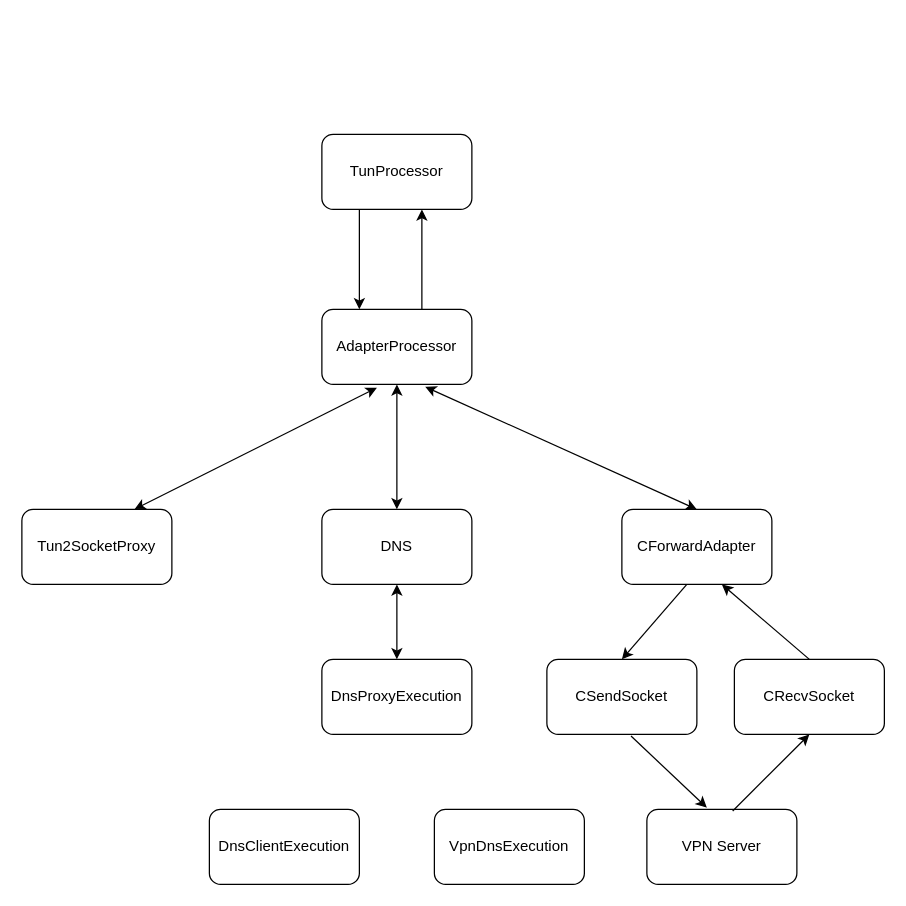
Above: Untitled Diagram.drawio in LouisMari1991/YouLin (draw.io), before the change. Source tidied: cells renumbered, new cells numbered last; positions are measured from the earlier drawing's top-left corner, leaving out a move shared by most shapes. Both pictures are drawn from the tidied source at 125%, with x=0, y=0 at pixel (21, 134).
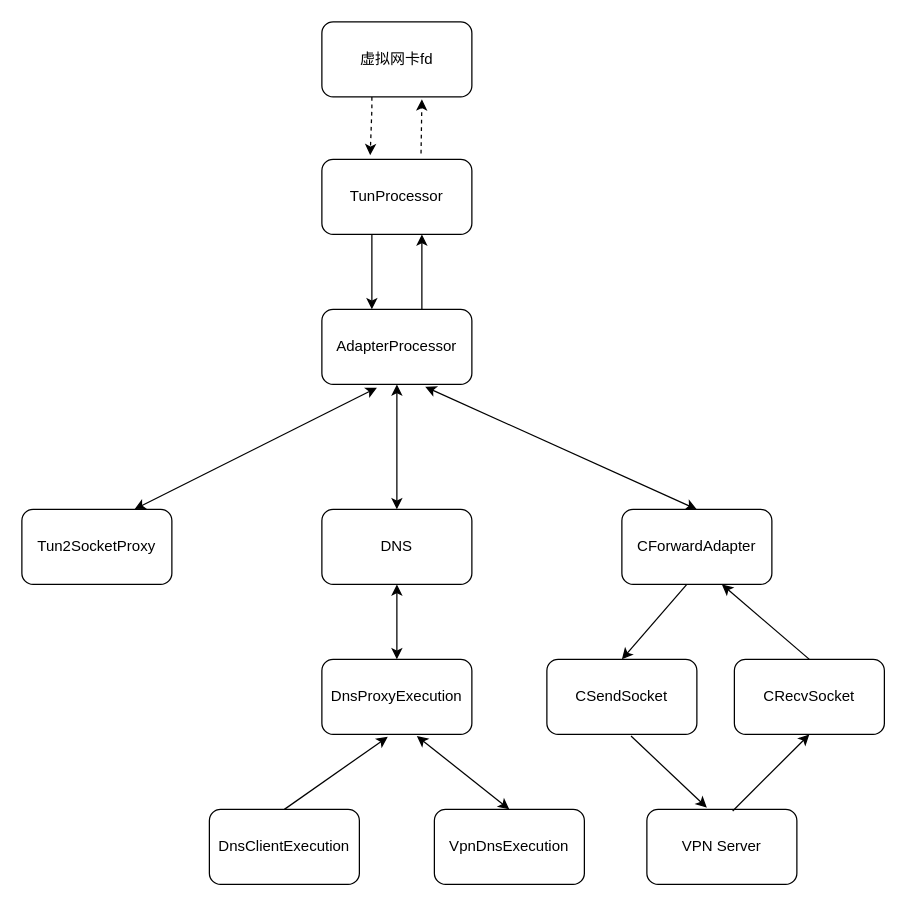
The same diagram, later.

Unchanged cells that the change refers to:
```xml
<mxCell id="5" value="AdapterProcessor" style="whiteSpace=wrap;html=1;rounded=1;" parent="1" vertex="1">
  <mxGeometry x="240" y="140" width="120" height="60" as="geometry" />
</mxCell>
<mxCell id="19" value="DnsProxyExecution" style="whiteSpace=wrap;html=1;rounded=1;" parent="1" vertex="1">
  <mxGeometry x="240" y="420" width="120" height="60" as="geometry" />
</mxCell>
<mxCell id="21" value="DnsClientExecution" style="rounded=1;whiteSpace=wrap;html=1;" parent="1" vertex="1">
  <mxGeometry x="150" y="540" width="120" height="60" as="geometry" />
</mxCell>
<mxCell id="22" value="VpnDnsExecution" style="rounded=1;whiteSpace=wrap;html=1;" parent="1" vertex="1">
  <mxGeometry x="330" y="540" width="120" height="60" as="geometry" />
</mxCell>
```

What changed in the source:
```diff
@@
     <mxCell id="2" style="edgeStyle=orthogonalEdgeStyle;rounded=0;jettySize=auto;html=1;" parent="1" edge="1" source="3" target="5">
       <mxGeometry relative="1" as="geometry">
         <Array as="points">
-          <mxPoint x="270" y="70" />
-          <mxPoint x="270" y="70" />
+          <mxPoint x="280" y="100" />
+          <mxPoint x="280" y="100" />
         </Array>
       </mxGeometry>
     </mxCell>
+    <mxCell id="23" style="edgeStyle=none;rounded=0;jettySize=auto;html=1;dashed=1;entryX=0.667;entryY=1.033;entryDx=0;entryDy=0;entryPerimeter=0;exitX=0.661;exitY=-0.078;exitDx=0;exitDy=0;exitPerimeter=0;" parent="1" edge="1" source="3" target="28">
+      <mxGeometry relative="1" as="geometry" />
+    </mxCell>
     <mxCell id="3" value="TunProcessor" style="rounded=1;whiteSpace=wrap;html=1;" parent="1" vertex="1">
-      <mxGeometry x="240" width="120" height="60" as="geometry" />
+      <mxGeometry x="240" y="20" width="120" height="60" as="geometry" />
     </mxCell>
-    <mxCell id="4" style="edgeStyle=orthogonalEdgeStyle;rounded=0;jettySize=auto;html=1;" parent="1" edge="1" source="5" target="3">
-      <mxGeometry relative="1" as="geometry">
-        <Array as="points">
-          <mxPoint x="320" y="80" />
-          <mxPoint x="320" y="80" />
-        </Array>
-      </mxGeometry>
-    </mxCell>
+    <mxCell id="24" style="edgeStyle=none;rounded=0;orthogonalLoop=1;jettySize=auto;html=1;" parent="1" edge="1">
+      <mxGeometry relative="1" as="geometry">
+        <mxPoint x="320" y="140" as="sourcePoint" />
+        <mxPoint x="320" y="80" as="targetPoint" />
+      </mxGeometry>
+    </mxCell>
@@
+    <mxCell id="25" style="endArrow=classic;html=1;rounded=0;exitX=0.5;exitY=0;exitDx=0;exitDy=0;entryX=0.439;entryY=1.033;entryDx=0;entryDy=0;entryPerimeter=0;" parent="1" edge="1" source="21" target="19">
+      <mxGeometry relative="1" as="geometry" />
+    </mxCell>
+    <mxCell id="26" style="endArrow=classic;startArrow=classic;html=1;rounded=0;exitX=0.5;exitY=0;exitDx=0;exitDy=0;entryX=0.633;entryY=1.022;entryDx=0;entryDy=0;entryPerimeter=0;" parent="1" edge="1" source="22" target="19">
+      <mxGeometry relative="1" as="geometry" />
+    </mxCell>
+    <mxCell id="27" style="edgeStyle=none;rounded=0;jettySize=auto;html=1;dashed=1;entryX=0.322;entryY=-0.056;entryDx=0;entryDy=0;entryPerimeter=0;" parent="1" edge="1" target="3">
+      <mxGeometry relative="1" as="geometry">
+        <mxPoint x="280" y="-30" as="sourcePoint" />
+        <Array as="points">
+          <mxPoint x="280" y="-20" />
+        </Array>
+      </mxGeometry>
+    </mxCell>
+    <mxCell id="28" value="虚拟网卡fd" style="rounded=1;whiteSpace=wrap;html=1;" parent="1" vertex="1">
+      <mxGeometry x="240" y="-90" width="120" height="60" as="geometry" />
+    </mxCell>
```
